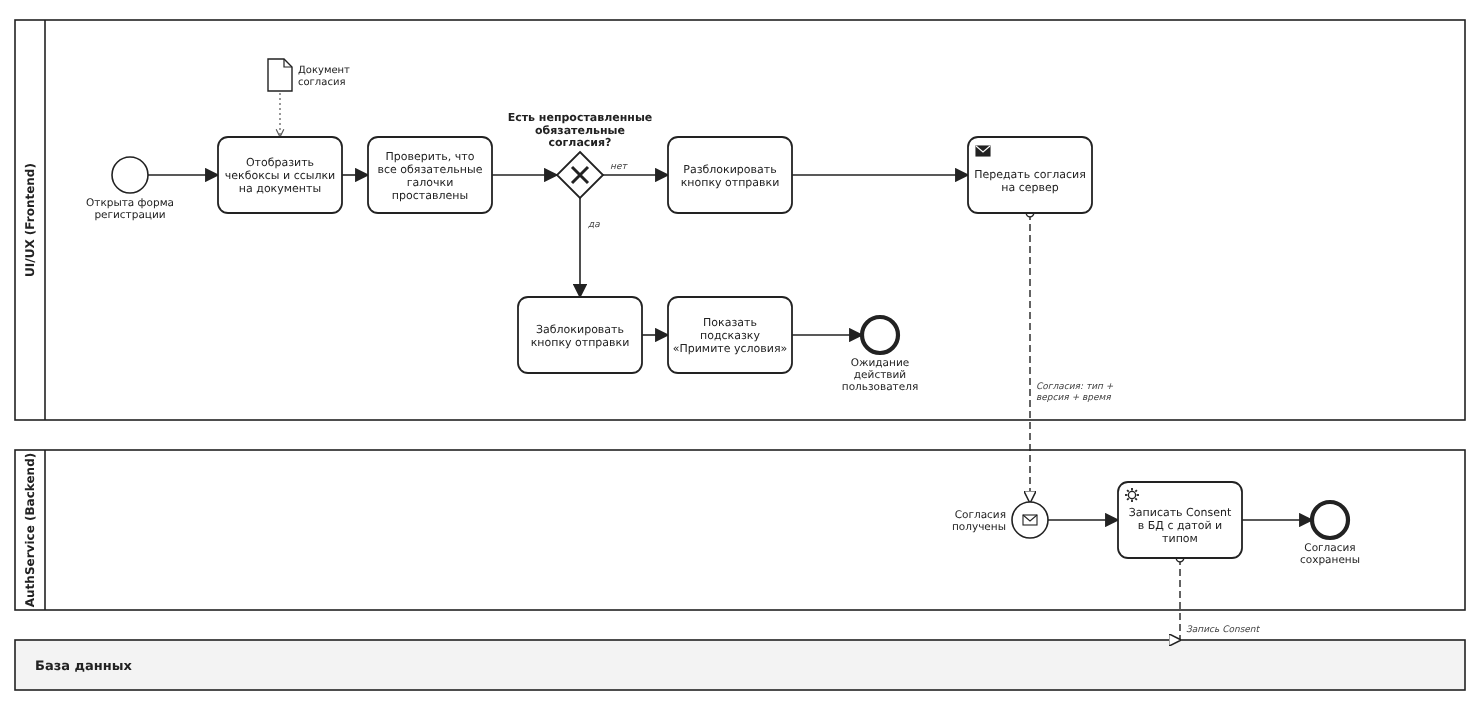
Earlier version of the BPMN export bpmn/consents_simple.png (1cxrsedfear-cyber/test). Its source is kept beside it as bpmn/consents_simple.bpmn. Ids are renumbered. Its diagram source:
```xml
<bpmn:definitions xmlns:bpmn="http://www.omg.org/spec/BPMN/20100524/MODEL" xmlns:bpmndi="http://www.omg.org/spec/BPMN/20100524/DI" xmlns:dc="http://www.omg.org/spec/DD/20100524/DC" xmlns:di="http://www.omg.org/spec/DD/20100524/DI" xmlns:xsi="http://www.w3.org/2001/XMLSchema-instance" id="Definitions_consents_simple" targetNamespace="http://bpmn.io/schema/bpmn" exporter="bpmnlib" exporterVersion="1.0">
  <bpmn:collaboration id="Collab_consents_simple">
    <bpmn:participant id="P_ui" name="UI/UX (Frontend)" processRef="Proc_P_ui"/>
    <bpmn:participant id="P_auth" name="AuthService (Backend)" processRef="Proc_P_auth"/>
    <bpmn:participant id="P_db" name="База данных"/>
    <bpmn:messageFlow id="cm1" sourceRef="T_pass" targetRef="A_s" name="Согласия: тип + версия + время"/>
    <bpmn:messageFlow id="cm2" sourceRef="A_rec" targetRef="P_db" name="Запись Consent"/>
  </bpmn:collaboration>
  <bpmn:process id="Proc_P_ui" isExecutable="false">
    <bpmn:startEvent id="S" name="Открыта форма регистрации"><bpmn:outgoing>c01</bpmn:outgoing></bpmn:startEvent>
    <bpmn:task id="T_show" name="Отобразить чекбоксы и ссылки на документы"><bpmn:incoming>c01</bpmn:incoming><bpmn:outgoing>c02</bpmn:outgoing><bpmn:dataInputAssociation id="ca1"><bpmn:sourceRef>DO_docRef</bpmn:sourceRef></bpmn:dataInputAssociation></bpmn:task>
    <bpmn:dataObjectReference id="DO_docRef" name="Документ согласия" dataObjectRef="DO_doc"/>
    <bpmn:dataObject id="DO_doc"/>
    <bpmn:task id="T_chk" name="Проверить, что все обязательные галочки проставлены"><bpmn:incoming>c02</bpmn:incoming><bpmn:outgoing>c03</bpmn:outgoing></bpmn:task>
    <bpmn:exclusiveGateway id="G" name="Есть непроставленные обязательные согласия?"><bpmn:incoming>c03</bpmn:incoming><bpmn:outgoing>c04</bpmn:outgoing><bpmn:outgoing>c07</bpmn:outgoing></bpmn:exclusiveGateway>
    <bpmn:task id="T_lock" name="Заблокировать кнопку отправки"><bpmn:incoming>c04</bpmn:incoming><bpmn:outgoing>c05</bpmn:outgoing></bpmn:task>
    <bpmn:task id="T_hint" name="Показать подсказку «Примите условия»"><bpmn:incoming>c05</bpmn:incoming><bpmn:outgoing>c06</bpmn:outgoing></bpmn:task>
    <bpmn:endEvent id="E_wait" name="Ожидание действий пользователя"><bpmn:incoming>c06</bpmn:incoming></bpmn:endEvent>
    <bpmn:task id="T_unlock" name="Разблокировать кнопку отправки"><bpmn:incoming>c07</bpmn:incoming><bpmn:outgoing>c08</bpmn:outgoing></bpmn:task>
    <bpmn:sendTask id="T_pass" name="Передать согласия на сервер"><bpmn:incoming>c08</bpmn:incoming></bpmn:sendTask>
    <bpmn:sequenceFlow id="c01" sourceRef="S" targetRef="T_show"/>
    <bpmn:sequenceFlow id="c02" sourceRef="T_show" targetRef="T_chk"/>
    <bpmn:sequenceFlow id="c03" sourceRef="T_chk" targetRef="G"/>
    <bpmn:sequenceFlow id="c04" sourceRef="G" targetRef="T_lock" name="да"/>
    <bpmn:sequenceFlow id="c05" sourceRef="T_lock" targetRef="T_hint"/>
    <bpmn:sequenceFlow id="c06" sourceRef="T_hint" targetRef="E_wait"/>
    <bpmn:sequenceFlow id="c07" sourceRef="G" targetRef="T_unlock" name="нет"/>
    <bpmn:sequenceFlow id="c08" sourceRef="T_unlock" targetRef="T_pass"/>
  </bpmn:process>
  <bpmn:process id="Proc_P_auth" isExecutable="false">
    <bpmn:startEvent id="A_s" name="Согласия получены"><bpmn:outgoing>c20</bpmn:outgoing><bpmn:messageEventDefinition/></bpmn:startEvent>
    <bpmn:serviceTask id="A_rec" name="Записать Consent в БД с датой и типом"><bpmn:incoming>c20</bpmn:incoming><bpmn:outgoing>c21</bpmn:outgoing></bpmn:serviceTask>
    <bpmn:endEvent id="A_end" name="Согласия сохранены"><bpmn:incoming>c21</bpmn:incoming></bpmn:endEvent>
    <bpmn:sequenceFlow id="c20" sourceRef="A_s" targetRef="A_rec"/>
    <bpmn:sequenceFlow id="c21" sourceRef="A_rec" targetRef="A_end"/>
  </bpmn:process>
  <bpmndi:BPMNDiagram id="Diagram_consents_simple">
    <bpmndi:BPMNPlane id="Plane_consents_simple" bpmnElement="Collab_consents_simple">
      <bpmndi:BPMNShape id="P_ui_di" bpmnElement="P_ui" isHorizontal="true"><dc:Bounds x="15" y="20" width="1450" height="400"/></bpmndi:BPMNShape>
      <bpmndi:BPMNShape id="P_auth_di" bpmnElement="P_auth" isHorizontal="true"><dc:Bounds x="15" y="450" width="1450" height="160"/></bpmndi:BPMNShape>
      <bpmndi:BPMNShape id="P_db_di" bpmnElement="P_db" isHorizontal="true"><dc:Bounds x="15" y="640" width="1450" height="50"/></bpmndi:BPMNShape>
      <bpmndi:BPMNShape id="S_di" bpmnElement="S"><dc:Bounds x="112.0" y="157.0" width="36" height="36"/></bpmndi:BPMNShape>
      <bpmndi:BPMNShape id="T_show_di" bpmnElement="T_show"><dc:Bounds x="218.0" y="137.0" width="124" height="76"/></bpmndi:BPMNShape>
      <bpmndi:BPMNShape id="DO_doc_di" bpmnElement="DO_docRef"><dc:Bounds x="266.0" y="57.0" width="28" height="36"/></bpmndi:BPMNShape>
      <bpmndi:BPMNShape id="T_chk_di" bpmnElement="T_chk"><dc:Bounds x="368.0" y="137.0" width="124" height="76"/></bpmndi:BPMNShape>
      <bpmndi:BPMNShape id="G_di" bpmnElement="G" isMarkerVisible="true"><dc:Bounds x="557.0" y="152.0" width="46" height="46"/></bpmndi:BPMNShape>
      <bpmndi:BPMNShape id="T_lock_di" bpmnElement="T_lock"><dc:Bounds x="518.0" y="297.0" width="124" height="76"/></bpmndi:BPMNShape>
      <bpmndi:BPMNShape id="T_hint_di" bpmnElement="T_hint"><dc:Bounds x="668.0" y="297.0" width="124" height="76"/></bpmndi:BPMNShape>
      <bpmndi:BPMNShape id="E_wait_di" bpmnElement="E_wait"><dc:Bounds x="862.0" y="317.0" width="36" height="36"/></bpmndi:BPMNShape>
      <bpmndi:BPMNShape id="T_unlock_di" bpmnElement="T_unlock"><dc:Bounds x="668.0" y="137.0" width="124" height="76"/></bpmndi:BPMNShape>
      <bpmndi:BPMNShape id="T_pass_di" bpmnElement="T_pass"><dc:Bounds x="968.0" y="137.0" width="124" height="76"/></bpmndi:BPMNShape>
      <bpmndi:BPMNShape id="A_s_di" bpmnElement="A_s"><dc:Bounds x="1012.0" y="502.0" width="36" height="36"/></bpmndi:BPMNShape>
      <bpmndi:BPMNShape id="A_rec_di" bpmnElement="A_rec"><dc:Bounds x="1118.0" y="482.0" width="124" height="76"/></bpmndi:BPMNShape>
      <bpmndi:BPMNShape id="A_end_di" bpmnElement="A_end"><dc:Bounds x="1312.0" y="502.0" width="36" height="36"/></bpmndi:BPMNShape>
      <bpmndi:BPMNEdge id="c01_di" bpmnElement="c01">
        <di:waypoint x="148.0" y="175.0"/>
        <di:waypoint x="218.0" y="175.0"/>
      </bpmndi:BPMNEdge>
      <bpmndi:BPMNEdge id="c02_di" bpmnElement="c02">
        <di:waypoint x="342.0" y="175.0"/>
        <di:waypoint x="368.0" y="175.0"/>
      </bpmndi:BPMNEdge>
      <bpmndi:BPMNEdge id="c03_di" bpmnElement="c03">
        <di:waypoint x="492.0" y="175.0"/>
        <di:waypoint x="557.0" y="175.0"/>
      </bpmndi:BPMNEdge>
      <bpmndi:BPMNEdge id="c04_di" bpmnElement="c04">
        <di:waypoint x="580.0" y="198.0"/>
        <di:waypoint x="580.0" y="297.0"/>
      </bpmndi:BPMNEdge>
      <bpmndi:BPMNEdge id="c05_di" bpmnElement="c05">
        <di:waypoint x="642.0" y="335.0"/>
        <di:waypoint x="668.0" y="335.0"/>
      </bpmndi:BPMNEdge>
      <bpmndi:BPMNEdge id="c06_di" bpmnElement="c06">
        <di:waypoint x="792.0" y="335.0"/>
        <di:waypoint x="862.0" y="335.0"/>
      </bpmndi:BPMNEdge>
      <bpmndi:BPMNEdge id="c07_di" bpmnElement="c07">
        <di:waypoint x="603.0" y="175.0"/>
        <di:waypoint x="668.0" y="175.0"/>
      </bpmndi:BPMNEdge>
      <bpmndi:BPMNEdge id="c08_di" bpmnElement="c08">
        <di:waypoint x="792.0" y="175.0"/>
        <di:waypoint x="968.0" y="175.0"/>
      </bpmndi:BPMNEdge>
      <bpmndi:BPMNEdge id="c20_di" bpmnElement="c20">
        <di:waypoint x="1048.0" y="520.0"/>
        <di:waypoint x="1118.0" y="520.0"/>
      </bpmndi:BPMNEdge>
      <bpmndi:BPMNEdge id="c21_di" bpmnElement="c21">
        <di:waypoint x="1242.0" y="520.0"/>
        <di:waypoint x="1312.0" y="520.0"/>
      </bpmndi:BPMNEdge>
      <bpmndi:BPMNEdge id="cm1_di" bpmnElement="cm1">
        <di:waypoint x="1030.0" y="213.0"/>
        <di:waypoint x="1030.0" y="502.0"/>
      </bpmndi:BPMNEdge>
      <bpmndi:BPMNEdge id="cm2_di" bpmnElement="cm2">
        <di:waypoint x="1180.0" y="558.0"/>
        <di:waypoint x="1180.0" y="640.0"/>
        <di:waypoint x="1180.0" y="640.0"/>
      </bpmndi:BPMNEdge>
      <bpmndi:BPMNEdge id="ca1_di" bpmnElement="ca1">
        <di:waypoint x="280.0" y="93.0"/>
        <di:waypoint x="280.0" y="137.0"/>
      </bpmndi:BPMNEdge>
    </bpmndi:BPMNPlane>
  </bpmndi:BPMNDiagram>
</bpmn:definitions>
```
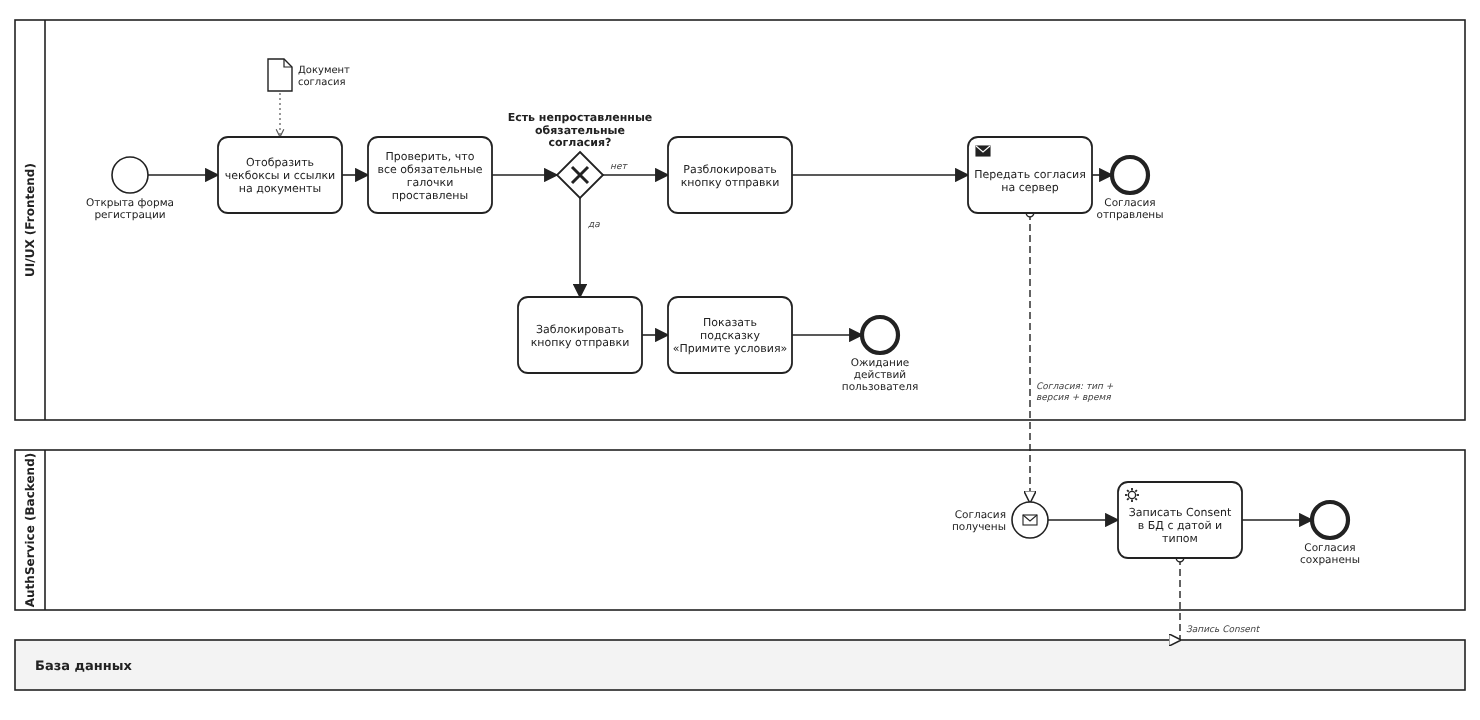
The same diagram one commit later.

The edit, as a diff of the source:
```diff
@@ -17,7 +17,8 @@
     <bpmn:task id="T_hint" name="Показать подсказку «Примите условия»"><bpmn:incoming>c05</bpmn:incoming><bpmn:outgoing>c06</bpmn:outgoing></bpmn:task>
     <bpmn:endEvent id="E_wait" name="Ожидание действий пользователя"><bpmn:incoming>c06</bpmn:incoming></bpmn:endEvent>
     <bpmn:task id="T_unlock" name="Разблокировать кнопку отправки"><bpmn:incoming>c07</bpmn:incoming><bpmn:outgoing>c08</bpmn:outgoing></bpmn:task>
-    <bpmn:sendTask id="T_pass" name="Передать согласия на сервер"><bpmn:incoming>c08</bpmn:incoming></bpmn:sendTask>
+    <bpmn:sendTask id="T_pass" name="Передать согласия на сервер"><bpmn:incoming>c08</bpmn:incoming><bpmn:outgoing>c09</bpmn:outgoing></bpmn:sendTask>
+    <bpmn:endEvent id="E_sent" name="Согласия отправлены"><bpmn:incoming>c09</bpmn:incoming></bpmn:endEvent>
     <bpmn:sequenceFlow id="c01" sourceRef="S" targetRef="T_show"/>
     <bpmn:sequenceFlow id="c02" sourceRef="T_show" targetRef="T_chk"/>
     <bpmn:sequenceFlow id="c03" sourceRef="T_chk" targetRef="G"/>
@@ -26,6 +27,7 @@
     <bpmn:sequenceFlow id="c06" sourceRef="T_hint" targetRef="E_wait"/>
     <bpmn:sequenceFlow id="c07" sourceRef="G" targetRef="T_unlock" name="нет"/>
     <bpmn:sequenceFlow id="c08" sourceRef="T_unlock" targetRef="T_pass"/>
+    <bpmn:sequenceFlow id="c09" sourceRef="T_pass" targetRef="E_sent"/>
   </bpmn:process>
   <bpmn:process id="Proc_P_auth" isExecutable="false">
     <bpmn:startEvent id="A_s" name="Согласия получены"><bpmn:outgoing>c20</bpmn:outgoing><bpmn:messageEventDefinition/></bpmn:startEvent>
@@ -52,6 +54,7 @@
       <bpmndi:BPMNShape id="A_s_di" bpmnElement="A_s"><dc:Bounds x="1012.0" y="502.0" width="36" height="36"/></bpmndi:BPMNShape>
       <bpmndi:BPMNShape id="A_rec_di" bpmnElement="A_rec"><dc:Bounds x="1118.0" y="482.0" width="124" height="76"/></bpmndi:BPMNShape>
       <bpmndi:BPMNShape id="A_end_di" bpmnElement="A_end"><dc:Bounds x="1312.0" y="502.0" width="36" height="36"/></bpmndi:BPMNShape>
+      <bpmndi:BPMNShape id="E_sent_di" bpmnElement="E_sent"><dc:Bounds x="1112.0" y="157.0" width="36" height="36"/></bpmndi:BPMNShape>
       <bpmndi:BPMNEdge id="c01_di" bpmnElement="c01">
         <di:waypoint x="148.0" y="175.0"/>
         <di:waypoint x="218.0" y="175.0"/>
@@ -105,6 +108,10 @@
         <di:waypoint x="280.0" y="93.0"/>
         <di:waypoint x="280.0" y="137.0"/>
       </bpmndi:BPMNEdge>
+      <bpmndi:BPMNEdge id="c09_di" bpmnElement="c09">
+        <di:waypoint x="1092.0" y="175.0"/>
+        <di:waypoint x="1112.0" y="175.0"/>
+      </bpmndi:BPMNEdge>
     </bpmndi:BPMNPlane>
   </bpmndi:BPMNDiagram>
 </bpmn:definitions>
```
